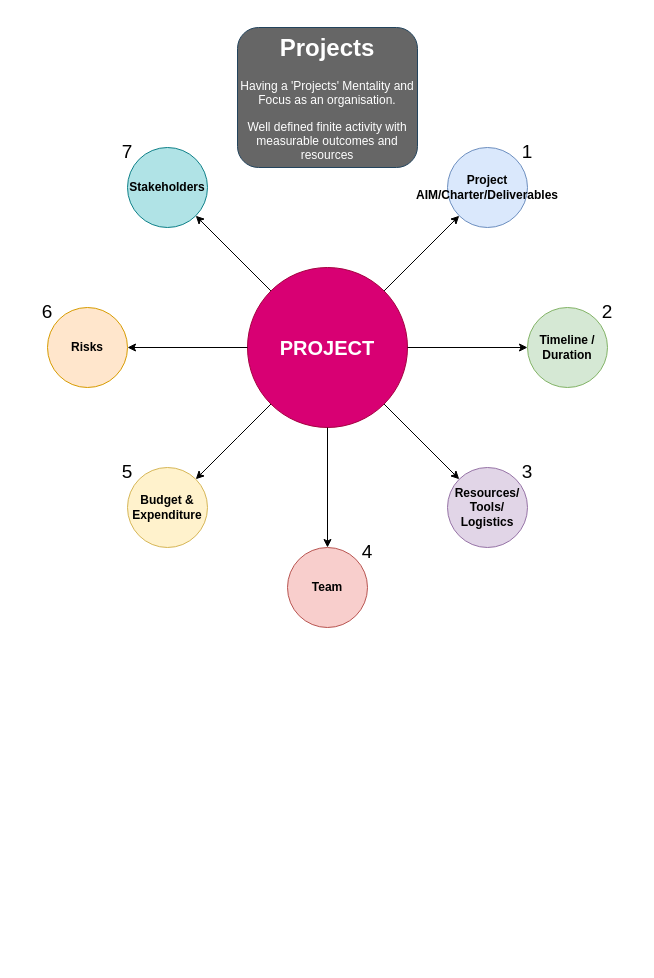
nana-essah/data-abstractions keeps this draw.io diagram as page "Page-3" (3 of 4) of KeenDevOrgano.drawio. Above is the earlier version. Source tidied: cells renumbered, new cells numbered last; positions are measured from the earlier drawing's top-left corner, leaving out a move shared by most shapes. Both pictures are drawn from the tidied source at 100%, with x=0, y=0 at pixel (17, 27).
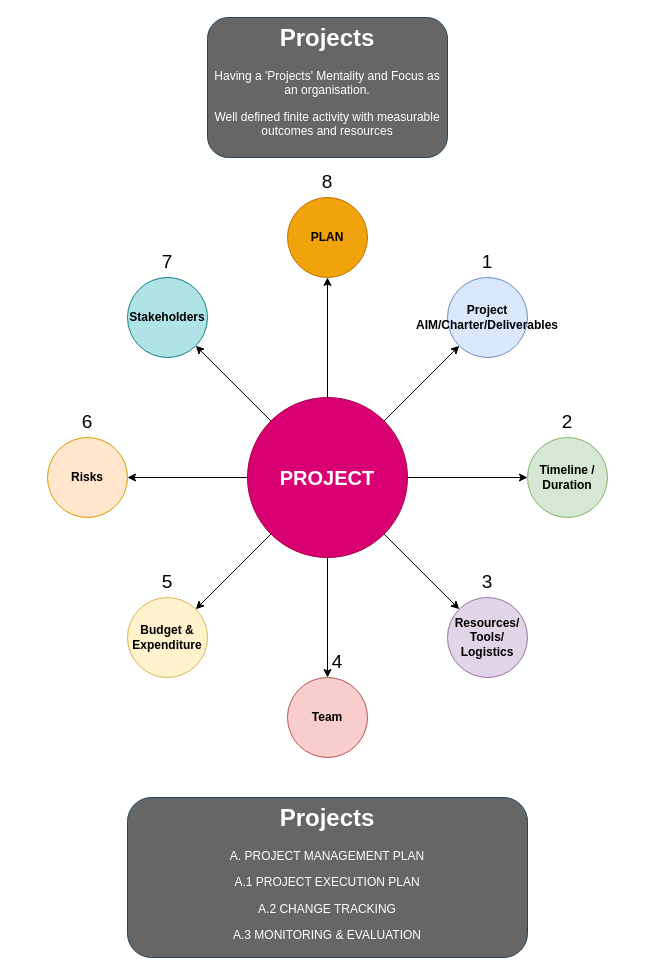
Above is the later version.

Change to the diagram source:
```diff
@@
     <mxCell id="2" value="&lt;b&gt;&lt;font style=&quot;font-size: 20px;&quot;&gt;PROJECT&lt;/font&gt;&lt;/b&gt;" style="ellipse;whiteSpace=wrap;html=1;fillColor=#d80073;fontColor=#ffffff;strokeColor=#A50040;" parent="1" vertex="1">
-      <mxGeometry x="230" y="240" width="160" height="160" as="geometry" />
+      <mxGeometry x="230" y="370" width="160" height="160" as="geometry" />
     </mxCell>
     <mxCell id="3" value="Project AIM/Charter/Deliverables" style="ellipse;whiteSpace=wrap;html=1;fontStyle=1;fillColor=#dae8fc;strokeColor=#6c8ebf;" parent="1" vertex="1">
-      <mxGeometry x="430" y="120" width="80" height="80" as="geometry" />
+      <mxGeometry x="430" y="250" width="80" height="80" as="geometry" />
     </mxCell>
@@
     <mxCell id="5" value="1" style="text;html=1;align=center;verticalAlign=middle;whiteSpace=wrap;rounded=0;fontSize=19;" parent="1" vertex="1">
-      <mxGeometry x="480" y="110" width="60" height="30" as="geometry" />
+      <mxGeometry x="440" y="220" width="60" height="30" as="geometry" />
     </mxCell>
     <mxCell id="6" value="Timeline / Duration" style="ellipse;whiteSpace=wrap;html=1;fontStyle=1;fillColor=#d5e8d4;strokeColor=#82b366;" parent="1" vertex="1">
-      <mxGeometry x="510" y="280" width="80" height="80" as="geometry" />
+      <mxGeometry x="510" y="410" width="80" height="80" as="geometry" />
     </mxCell>
@@
     <mxCell id="8" value="2" style="text;html=1;align=center;verticalAlign=middle;whiteSpace=wrap;rounded=0;fontSize=19;" parent="1" vertex="1">
-      <mxGeometry x="560" y="270" width="60" height="30" as="geometry" />
+      <mxGeometry x="520" y="380" width="60" height="30" as="geometry" />
     </mxCell>
     <mxCell id="9" value="&lt;h1 style=&quot;margin-top: 0px;&quot;&gt;Projects&lt;/h1&gt;&lt;p&gt;Having a 'Projects' Mentality and Focus as an organisation.&lt;/p&gt;&lt;p&gt;Well defined finite activity with measurable outcomes and resources&lt;br&gt;&lt;/p&gt;" style="text;html=1;whiteSpace=wrap;overflow=hidden;rounded=1;align=center;strokeColor=#23445d;shadow=0;glass=0;fillColor=#666666;fontColor=#FFFFFF;" parent="1" vertex="1">
-      <mxGeometry x="220" width="180" height="140" as="geometry" />
+      <mxGeometry x="190" y="-10" width="240" height="140" as="geometry" />
     </mxCell>
     <mxCell id="10" value="Resources/ Tools/ Logistics" style="ellipse;whiteSpace=wrap;html=1;fontStyle=1;fillColor=#e1d5e7;strokeColor=#9673a6;" parent="1" vertex="1">
-      <mxGeometry x="430" y="440" width="80" height="80" as="geometry" />
+      <mxGeometry x="430" y="570" width="80" height="80" as="geometry" />
     </mxCell>
@@
     <mxCell id="12" value="3" style="text;html=1;align=center;verticalAlign=middle;whiteSpace=wrap;rounded=0;fontSize=19;" parent="1" vertex="1">
-      <mxGeometry x="480" y="430" width="60" height="30" as="geometry" />
+      <mxGeometry x="440" y="540" width="60" height="30" as="geometry" />
     </mxCell>
     <mxCell id="13" value="Team" style="ellipse;whiteSpace=wrap;html=1;fontStyle=1;fillColor=#f8cecc;strokeColor=#b85450;" parent="1" vertex="1">
-      <mxGeometry x="270" y="520" width="80" height="80" as="geometry" />
+      <mxGeometry x="270" y="650" width="80" height="80" as="geometry" />
     </mxCell>
     <mxCell id="14" value="4" style="text;html=1;align=center;verticalAlign=middle;whiteSpace=wrap;rounded=0;fontSize=19;" parent="1" vertex="1">
-      <mxGeometry x="320" y="510" width="60" height="30" as="geometry" />
+      <mxGeometry x="290" y="620" width="60" height="30" as="geometry" />
     </mxCell>
@@
     <mxCell id="16" value="Budget &amp;amp; Expenditure" style="ellipse;whiteSpace=wrap;html=1;fontStyle=1;fillColor=#fff2cc;strokeColor=#d6b656;" parent="1" vertex="1">
-      <mxGeometry x="110" y="440" width="80" height="80" as="geometry" />
+      <mxGeometry x="110" y="570" width="80" height="80" as="geometry" />
     </mxCell>
     <mxCell id="17" value="5" style="text;html=1;align=center;verticalAlign=middle;whiteSpace=wrap;rounded=0;fontSize=19;" parent="1" vertex="1">
-      <mxGeometry x="80" y="430" width="60" height="30" as="geometry" />
+      <mxGeometry x="120" y="540" width="60" height="30" as="geometry" />
     </mxCell>
     <mxCell id="18" style="endArrow=classic;html=1;rounded=0;exitX=0;exitY=1;exitDx=0;exitDy=0;" parent="1" edge="1" source="2" target="16">
       <mxGeometry relative="1" as="geometry">
         <Array as="points">
-          <mxPoint x="220" y="410" />
+          <mxPoint x="220" y="540" />
         </Array>
       </mxGeometry>
     </mxCell>
     <mxCell id="19" value="Risks" style="ellipse;whiteSpace=wrap;html=1;fontStyle=1;fillColor=#ffe6cc;strokeColor=#d79b00;" parent="1" vertex="1">
-      <mxGeometry x="30" y="280" width="80" height="80" as="geometry" />
+      <mxGeometry x="30" y="410" width="80" height="80" as="geometry" />
     </mxCell>
     <mxCell id="20" value="6" style="text;html=1;align=center;verticalAlign=middle;whiteSpace=wrap;rounded=0;fontSize=19;" parent="1" vertex="1">
-      <mxGeometry y="270" width="60" height="30" as="geometry" />
+      <mxGeometry x="40" y="380" width="60" height="30" as="geometry" />
     </mxCell>
@@
     <mxCell id="22" value="Stakeholders" style="ellipse;whiteSpace=wrap;html=1;fontStyle=1;fillColor=#b0e3e6;strokeColor=#0e8088;" parent="1" vertex="1">
-      <mxGeometry x="110" y="120" width="80" height="80" as="geometry" />
+      <mxGeometry x="110" y="250" width="80" height="80" as="geometry" />
     </mxCell>
     <mxCell id="23" value="7" style="text;html=1;align=center;verticalAlign=middle;whiteSpace=wrap;rounded=0;fontSize=19;" parent="1" vertex="1">
-      <mxGeometry x="80" y="110" width="60" height="30" as="geometry" />
+      <mxGeometry x="120" y="220" width="60" height="30" as="geometry" />
     </mxCell>
@@
+    <mxCell id="25" value="&lt;h1 style=&quot;margin-top: 0px;&quot;&gt;Projects&lt;/h1&gt;&lt;div&gt;A. PROJECT MANAGEMENT PLAN&lt;br&gt;&lt;/div&gt;&lt;p&gt;A.1 PROJECT EXECUTION PLAN&lt;/p&gt;&lt;p&gt;A.2 CHANGE TRACKING&lt;br&gt;&lt;/p&gt;&lt;p&gt;A.3 MONITORING &amp;amp; EVALUATION&lt;br&gt;&lt;/p&gt;" style="text;html=1;overflow=hidden;rounded=1;align=center;strokeColor=#23445d;shadow=0;glass=0;fillColor=#666666;fontColor=#FFFFFF;whiteSpace=wrap;" parent="1" vertex="1">
+      <mxGeometry x="110" y="770" width="400" height="160" as="geometry" />
+    </mxCell>
+    <mxCell id="26" value="PLAN" style="ellipse;whiteSpace=wrap;html=1;fontStyle=1;fillColor=#f0a30a;strokeColor=#BD7000;fontColor=#000000;" parent="1" vertex="1">
+      <mxGeometry x="270" y="170" width="80" height="80" as="geometry" />
+    </mxCell>
+    <mxCell id="27" style="endArrow=classic;html=1;rounded=0;exitX=0.5;exitY=0;exitDx=0;exitDy=0;entryX=0.5;entryY=1;entryDx=0;entryDy=0;" parent="1" edge="1" source="2" target="26">
+      <mxGeometry relative="1" as="geometry" />
+    </mxCell>
+    <mxCell id="28" value="8" style="text;html=1;align=center;verticalAlign=middle;whiteSpace=wrap;rounded=0;fontSize=19;" parent="1" vertex="1">
+      <mxGeometry x="280" y="140" width="60" height="30" as="geometry" />
+    </mxCell>
```
